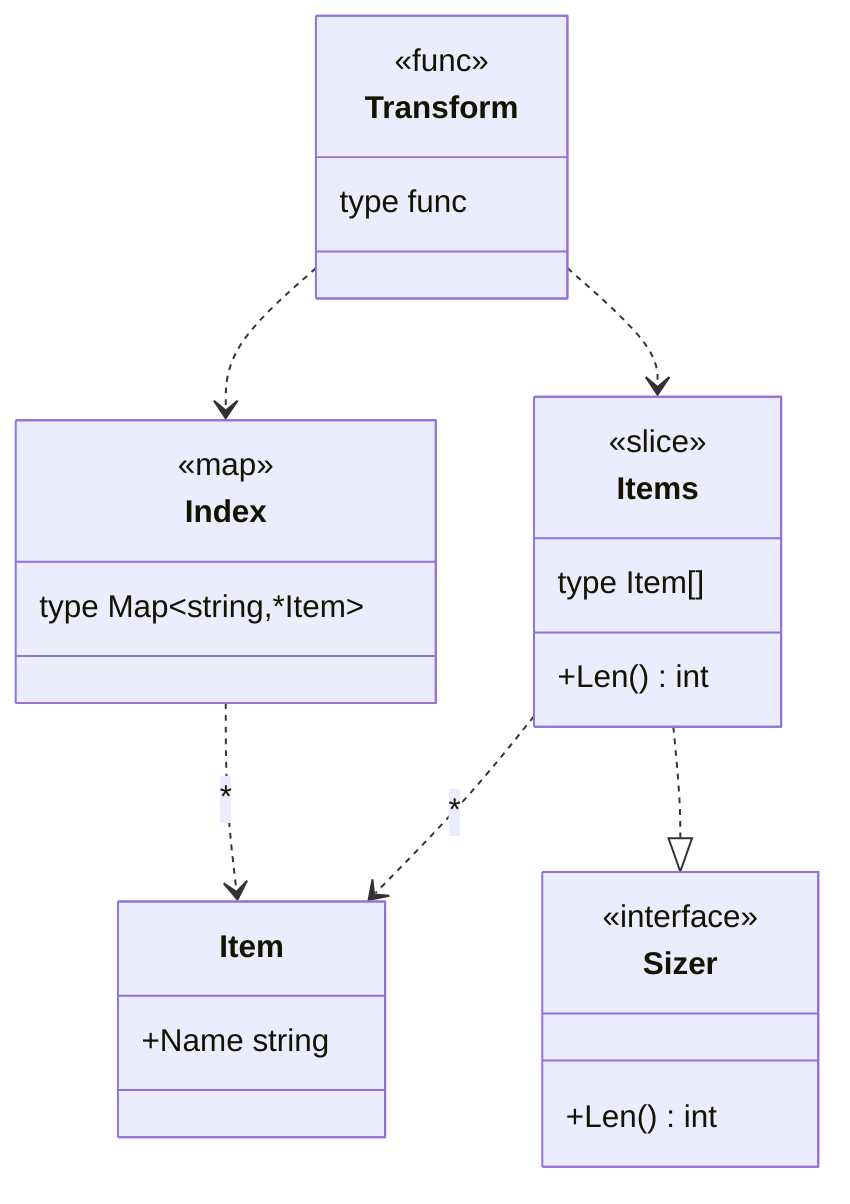
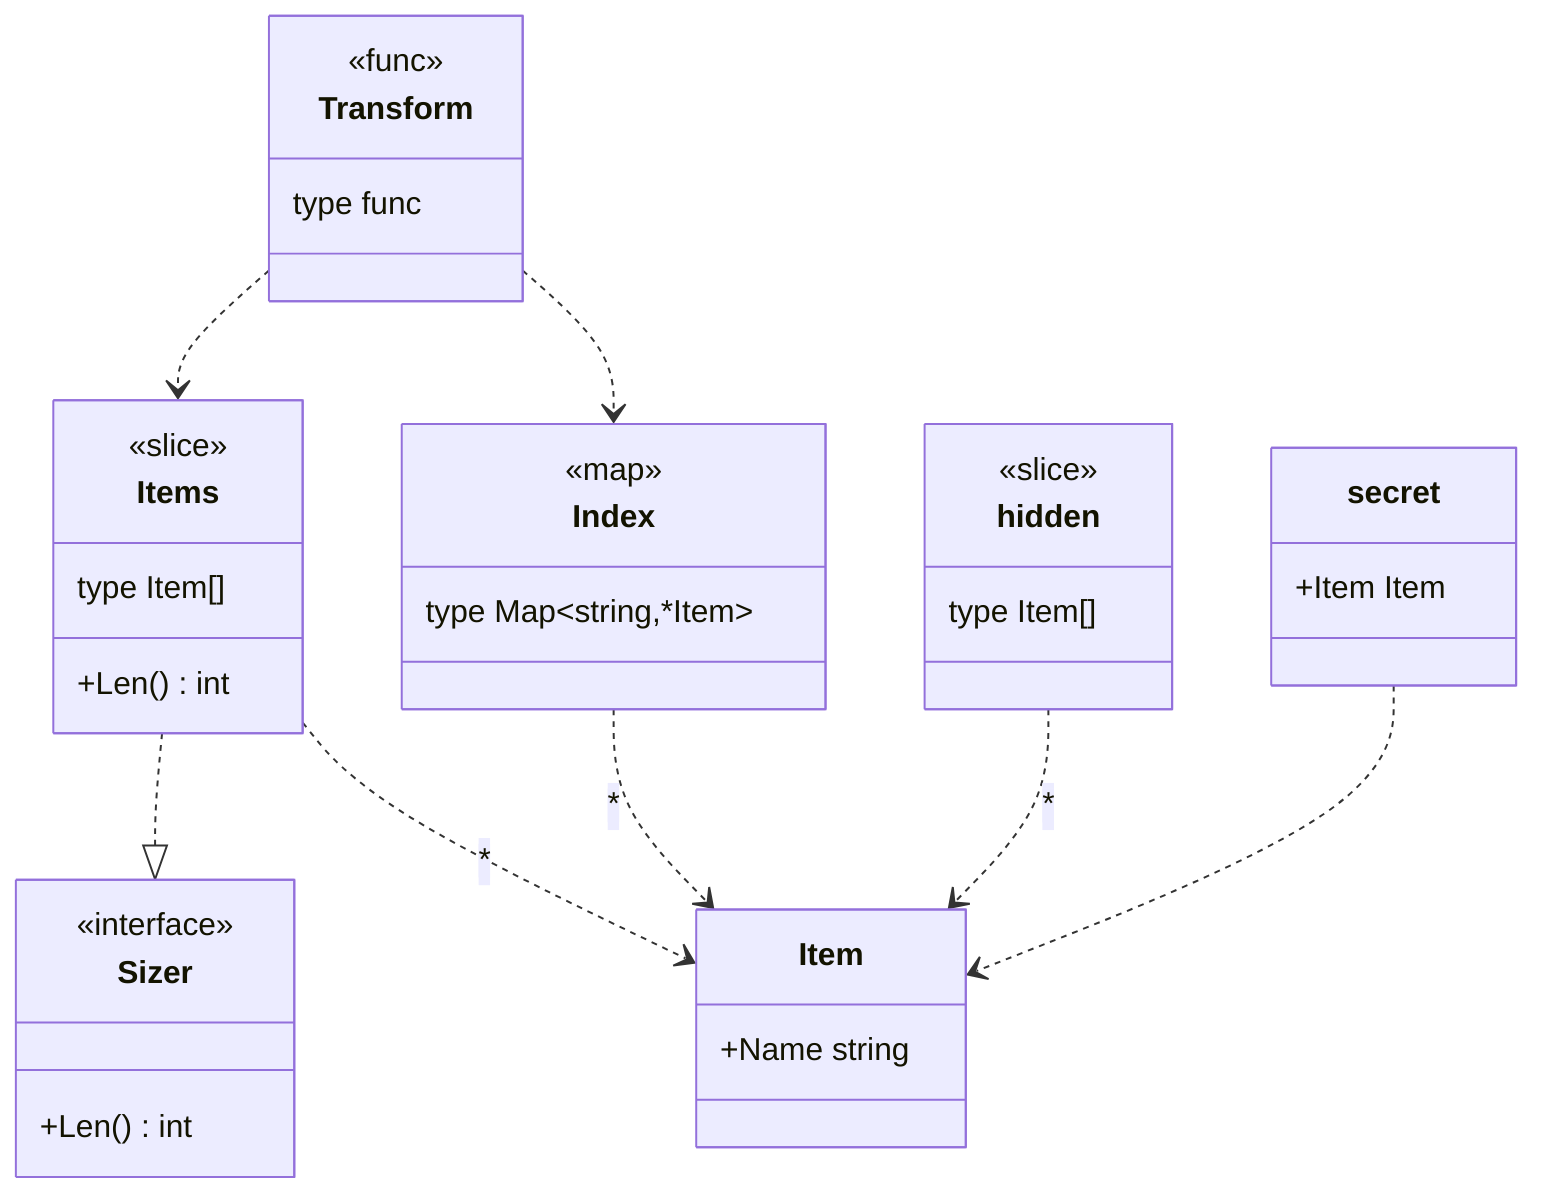
classDiagram
    class Index["Index"] {
        <<map>>
        type Map~string,*Item~
    }
    class Item["Item"] {
        +Name string
    }
    class Items["Items"] {
        <<slice>>
        type Item[]
        +Len() int
    }
    class Sizer["Sizer"] {
        <<interface>>
        +Len() int
    }
    class Transform["Transform"] {
        <<func>>
        type func
    }
+     class hidden["hidden"] {
+         <<slice>>
+         type Item[]
+     }
+     class secret["secret"] {
+         +Item Item
+     }
    Index ..> Item : *
    Items ..> Item : *
    Items ..|> Sizer
    Transform ..> Index
    Transform ..> Items
+     hidden ..> Item : *
+     secret ..> Item
